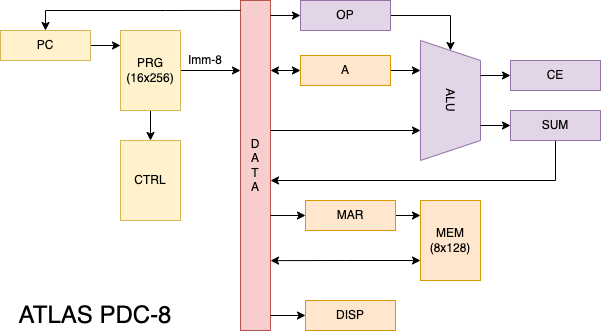
Before: files/images/pdc_arch.png, a diagram exported from draw.io (techno-sorcery/techno-sorcery.github.io). Source tidied: cells renumbered, new cells last; positions are measured from the earlier drawing's top-left corner, leaving out a move shared by most shapes.
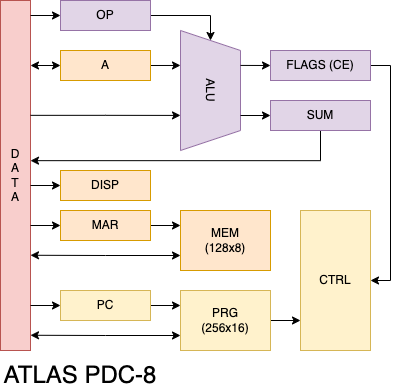
Above is the later version.

Diff of the diagram source:
```diff
@@ -2,112 +2,132 @@
   <root>
     <mxCell id="0" />
     <mxCell id="1" parent="0" />
-    <mxCell id="2" style="edgeStyle=orthogonalEdgeStyle;rounded=0;jettySize=auto;html=1;exitX=0.75;exitY=1;exitDx=0;exitDy=0;startArrow=classic;startFill=1;endArrow=none;endFill=0;" parent="1" edge="1" source="3">
-      <mxGeometry relative="1" as="geometry">
-        <mxPoint x="270" y="130" as="targetPoint" />
-      </mxGeometry>
-    </mxCell>
     <mxCell id="3" value="ALU" style="shape=trapezoid;perimeter=trapezoidPerimeter;whiteSpace=wrap;html=1;fixedSize=1;rotation=90;fillColor=#e1d5e7;strokeColor=#9673a6;" parent="1" vertex="1">
-      <mxGeometry x="390" y="70" width="120" height="60" as="geometry" />
+      <mxGeometry x="360" y="60" width="120" height="60" as="geometry" />
     </mxCell>
-    <mxCell id="4" style="edgeStyle=orthogonalEdgeStyle;rounded=0;jettySize=auto;html=1;exitX=1;exitY=0.5;exitDx=0;exitDy=0;entryX=0.25;entryY=1;entryDx=0;entryDy=0;" parent="1" edge="1" source="6" target="3">
-      <mxGeometry relative="1" as="geometry" />
-    </mxCell>
-    <mxCell id="5" style="edgeStyle=orthogonalEdgeStyle;rounded=0;jettySize=auto;html=1;exitX=0;exitY=0.5;exitDx=0;exitDy=0;entryX=1;entryY=0.25;entryDx=0;entryDy=0;startArrow=classic;startFill=1;endArrow=classic;endFill=1;" parent="1" edge="1" source="6">
-      <mxGeometry relative="1" as="geometry">
-        <mxPoint x="270" y="70" as="targetPoint" />
-      </mxGeometry>
-    </mxCell>
+    <mxCell id="10" value="D&lt;br&gt;A&lt;br&gt;T&lt;br&gt;A" style="rounded=0;whiteSpace=wrap;html=1;fillColor=#f8cecc;strokeColor=#b85450;" parent="1" vertex="1">
+      <mxGeometry x="210" width="30" height="350" as="geometry" />
+    </mxCell>
+    <mxCell id="14" style="edgeStyle=orthogonalEdgeStyle;rounded=0;jettySize=auto;html=1;entryX=0.291;entryY=0;entryDx=0;entryDy=0;entryPerimeter=0;startArrow=classic;startFill=1;endArrow=none;endFill=0;" parent="1" edge="1" target="3">
+      <mxGeometry relative="1" as="geometry">
+        <mxPoint x="480" y="65" as="sourcePoint" />
+        <Array as="points">
+          <mxPoint x="480" y="65" />
+        </Array>
+      </mxGeometry>
+    </mxCell>
+    <mxCell id="32" style="edgeStyle=orthogonalEdgeStyle;rounded=0;jettySize=auto;html=1;exitX=1;exitY=0.5;exitDx=0;exitDy=0;entryX=1;entryY=0.5;entryDx=0;entryDy=0;startArrow=none;startFill=0;endArrow=classic;endFill=1;" parent="1" edge="1" source="15" target="27">
+      <mxGeometry relative="1" as="geometry" />
+    </mxCell>
+    <mxCell id="15" value="FLAGS (CE)" style="rounded=0;whiteSpace=wrap;html=1;fillColor=#e1d5e7;strokeColor=#9673a6;" parent="1" vertex="1">
+      <mxGeometry x="480" y="50" width="100" height="30" as="geometry" />
+    </mxCell>
+    <mxCell id="30" value="&lt;font style=&quot;font-size: 24px&quot;&gt;ATLAS PDC-8&lt;/font&gt;" style="text;html=1;strokeColor=none;fillColor=none;align=center;verticalAlign=middle;whiteSpace=wrap;rounded=0;" parent="1" vertex="1">
+      <mxGeometry x="210" y="360" width="160" height="30" as="geometry" />
+    </mxCell>
+    <mxCell id="33" style="edgeStyle=orthogonalEdgeStyle;rounded=0;orthogonalLoop=1;jettySize=auto;html=1;exitX=1;exitY=0.261;exitDx=0;exitDy=0;entryX=0.791;entryY=1;entryDx=0;entryDy=0;entryPerimeter=0;startArrow=none;startFill=0;endArrow=classic;endFill=1;exitPerimeter=0;" parent="1" edge="1">
+      <mxGeometry relative="1" as="geometry">
+        <mxPoint x="240" y="114.8" as="sourcePoint" />
+        <mxPoint x="390" y="114.9" as="targetPoint" />
+        <Array as="points">
+          <mxPoint x="315" y="115" />
+          <mxPoint x="390" y="115" />
+        </Array>
+      </mxGeometry>
+    </mxCell>
+    <mxCell id="34" style="edgeStyle=orthogonalEdgeStyle;rounded=0;jettySize=auto;html=1;exitX=1;exitY=0.5;exitDx=0;exitDy=0;entryX=0.208;entryY=1;entryDx=0;entryDy=0;entryPerimeter=0;startArrow=none;startFill=0;endArrow=classic;endFill=1;" parent="1" edge="1" source="6">
+      <mxGeometry relative="1" as="geometry">
+        <mxPoint x="390" y="65" as="targetPoint" />
+      </mxGeometry>
+    </mxCell>
+    <mxCell id="35" style="edgeStyle=orthogonalEdgeStyle;rounded=0;jettySize=auto;html=1;exitX=0;exitY=0.5;exitDx=0;exitDy=0;entryX=1;entryY=0.227;entryDx=0;entryDy=0;entryPerimeter=0;startArrow=classic;startFill=1;endArrow=classic;endFill=1;" parent="1" edge="1" source="6">
+      <mxGeometry relative="1" as="geometry">
+        <mxPoint x="240" y="64.9" as="targetPoint" />
+      </mxGeometry>
+    </mxCell>
     <mxCell id="6" value="A" style="rounded=0;whiteSpace=wrap;html=1;fillColor=#ffe6cc;strokeColor=#d79b00;" parent="1" vertex="1">
-      <mxGeometry x="300" y="55" width="90" height="30" as="geometry" />
+      <mxGeometry x="270" y="50" width="90" height="30" as="geometry" />
     </mxCell>
+    <mxCell id="36" style="edgeStyle=orthogonalEdgeStyle;rounded=0;jettySize=auto;html=1;exitX=0;exitY=0.5;exitDx=0;exitDy=0;entryX=1;entryY=0.227;entryDx=0;entryDy=0;entryPerimeter=0;startArrow=classic;startFill=1;endArrow=none;endFill=0;" parent="1" edge="1" source="18">
+      <mxGeometry relative="1" as="geometry">
+        <mxPoint x="240" y="224.9" as="targetPoint" />
+      </mxGeometry>
+    </mxCell>
+    <mxCell id="37" style="edgeStyle=orthogonalEdgeStyle;rounded=0;jettySize=auto;html=1;exitX=1;exitY=0.5;exitDx=0;exitDy=0;entryX=0;entryY=0.25;entryDx=0;entryDy=0;startArrow=none;startFill=0;endArrow=classic;endFill=1;" parent="1" edge="1" source="18" target="42">
+      <mxGeometry relative="1" as="geometry" />
+    </mxCell>
+    <mxCell id="18" value="MAR" style="rounded=0;whiteSpace=wrap;html=1;fillColor=#ffe6cc;strokeColor=#d79b00;" parent="1" vertex="1">
+      <mxGeometry x="270" y="210" width="90" height="30" as="geometry" />
+    </mxCell>
+    <mxCell id="38" style="edgeStyle=orthogonalEdgeStyle;rounded=0;jettySize=auto;html=1;exitX=0;exitY=0.5;exitDx=0;exitDy=0;entryX=1;entryY=0.227;entryDx=0;entryDy=0;entryPerimeter=0;startArrow=classic;startFill=1;endArrow=none;endFill=0;" parent="1" edge="1" source="29">
+      <mxGeometry relative="1" as="geometry">
+        <mxPoint x="240" y="184.9" as="targetPoint" />
+      </mxGeometry>
+    </mxCell>
+    <mxCell id="29" value="DISP" style="rounded=0;whiteSpace=wrap;html=1;fillColor=#ffe6cc;strokeColor=#d79b00;" parent="1" vertex="1">
+      <mxGeometry x="270" y="170" width="90" height="30" as="geometry" />
+    </mxCell>
+    <mxCell id="39" style="edgeStyle=orthogonalEdgeStyle;rounded=0;jettySize=auto;html=1;exitX=0;exitY=0.5;exitDx=0;exitDy=0;entryX=1;entryY=0.227;entryDx=0;entryDy=0;entryPerimeter=0;startArrow=classic;startFill=1;endArrow=none;endFill=0;" parent="1" edge="1" source="13">
+      <mxGeometry relative="1" as="geometry">
+        <mxPoint x="240" y="14.9" as="targetPoint" />
+      </mxGeometry>
+    </mxCell>
+    <mxCell id="11" style="edgeStyle=orthogonalEdgeStyle;rounded=0;jettySize=auto;html=1;exitX=1;exitY=0.5;exitDx=0;exitDy=0;entryX=0;entryY=0.5;entryDx=0;entryDy=0;" parent="1" edge="1" source="13" target="3">
+      <mxGeometry relative="1" as="geometry">
+        <Array as="points">
+          <mxPoint x="420" y="15" />
+        </Array>
+      </mxGeometry>
+    </mxCell>
+    <mxCell id="13" value="OP" style="rounded=0;whiteSpace=wrap;html=1;fillColor=#e1d5e7;strokeColor=#9673a6;" parent="1" vertex="1">
+      <mxGeometry x="270" width="90" height="30" as="geometry" />
+    </mxCell>
-    <mxCell id="7" style="edgeStyle=orthogonalEdgeStyle;rounded=0;jettySize=auto;html=1;exitX=0;exitY=0.5;exitDx=0;exitDy=0;entryX=0.709;entryY=0;entryDx=0;entryDy=0;entryPerimeter=0;startArrow=classic;startFill=1;endArrow=none;endFill=0;" parent="1" edge="1" source="9" target="3">
+    <mxCell id="7" style="edgeStyle=orthogonalEdgeStyle;rounded=0;jettySize=auto;html=1;exitX=0;exitY=0.5;exitDx=0;exitDy=0;entryX=0.706;entryY=0;entryDx=0;entryDy=0;entryPerimeter=0;endArrow=none;endFill=0;startArrow=classic;startFill=1;" parent="1" edge="1" source="9" target="3">
       <mxGeometry relative="1" as="geometry" />
     </mxCell>
-    <mxCell id="8" style="edgeStyle=orthogonalEdgeStyle;rounded=0;jettySize=auto;html=1;exitX=0.5;exitY=1;exitDx=0;exitDy=0;startArrow=none;startFill=0;endArrow=classic;endFill=1;" parent="1" edge="1" source="9">
-      <mxGeometry relative="1" as="geometry">
-        <mxPoint x="270" y="180" as="targetPoint" />
-        <Array as="points">
-          <mxPoint x="555" y="180" />
-        </Array>
-      </mxGeometry>
-    </mxCell>
+    <mxCell id="40" style="edgeStyle=orthogonalEdgeStyle;rounded=0;jettySize=auto;html=1;exitX=0.5;exitY=1;exitDx=0;exitDy=0;entryX=1;entryY=0.364;entryDx=0;entryDy=0;entryPerimeter=0;startArrow=none;startFill=0;endArrow=classic;endFill=1;" parent="1" edge="1" source="9">
+      <mxGeometry relative="1" as="geometry">
+        <mxPoint x="240" y="160.2" as="targetPoint" />
+        <Array as="points">
+          <mxPoint x="530" y="160" />
+        </Array>
+      </mxGeometry>
+    </mxCell>
     <mxCell id="9" value="SUM" style="rounded=0;whiteSpace=wrap;html=1;fillColor=#e1d5e7;strokeColor=#9673a6;" parent="1" vertex="1">
-      <mxGeometry x="510" y="110" width="90" height="30" as="geometry" />
+      <mxGeometry x="480" y="100" width="100" height="30" as="geometry" />
     </mxCell>
-    <mxCell id="10" value="D&lt;br&gt;A&lt;br&gt;T&lt;br&gt;A" style="rounded=0;whiteSpace=wrap;html=1;fillColor=#f8cecc;strokeColor=#b85450;" parent="1" vertex="1">
-      <mxGeometry x="240" width="30" height="330" as="geometry" />
-    </mxCell>
-    <mxCell id="11" style="edgeStyle=orthogonalEdgeStyle;rounded=0;jettySize=auto;html=1;exitX=1;exitY=0.5;exitDx=0;exitDy=0;startArrow=none;startFill=0;endArrow=classic;endFill=1;" parent="1" edge="1" source="13" target="3">
-      <mxGeometry relative="1" as="geometry" />
-    </mxCell>
-    <mxCell id="12" style="edgeStyle=orthogonalEdgeStyle;rounded=0;jettySize=auto;html=1;exitX=0;exitY=0.5;exitDx=0;exitDy=0;entryX=1;entryY=0.054;entryDx=0;entryDy=0;entryPerimeter=0;startArrow=classic;startFill=1;endArrow=none;endFill=0;" parent="1" edge="1" source="13">
-      <mxGeometry relative="1" as="geometry">
-        <mxPoint x="270" y="15.1" as="targetPoint" />
-      </mxGeometry>
-    </mxCell>
-    <mxCell id="13" value="OP" style="rounded=0;whiteSpace=wrap;html=1;fillColor=#e1d5e7;strokeColor=#9673a6;" parent="1" vertex="1">
-      <mxGeometry x="300" width="90" height="30" as="geometry" />
-    </mxCell>
-    <mxCell id="14" style="edgeStyle=orthogonalEdgeStyle;rounded=0;jettySize=auto;html=1;exitX=0;exitY=0.5;exitDx=0;exitDy=0;entryX=0.291;entryY=0;entryDx=0;entryDy=0;entryPerimeter=0;startArrow=classic;startFill=1;endArrow=none;endFill=0;" parent="1" edge="1" source="15" target="3">
-      <mxGeometry relative="1" as="geometry" />
-    </mxCell>
-    <mxCell id="15" value="CE" style="rounded=0;whiteSpace=wrap;html=1;fillColor=#e1d5e7;strokeColor=#9673a6;" parent="1" vertex="1">
-      <mxGeometry x="510" y="60" width="90" height="30" as="geometry" />
-    </mxCell>
-    <mxCell id="16" style="edgeStyle=orthogonalEdgeStyle;rounded=0;jettySize=auto;html=1;exitX=1;exitY=0.5;exitDx=0;exitDy=0;entryX=0;entryY=0.186;entryDx=0;entryDy=0;entryPerimeter=0;startArrow=none;startFill=0;endArrow=classic;endFill=1;" parent="1" edge="1" source="18" target="20">
-      <mxGeometry relative="1" as="geometry" />
-    </mxCell>
-    <mxCell id="17" style="edgeStyle=orthogonalEdgeStyle;rounded=0;jettySize=auto;html=1;exitX=0;exitY=0.5;exitDx=0;exitDy=0;entryX=1;entryY=0.767;entryDx=0;entryDy=0;entryPerimeter=0;startArrow=classic;startFill=1;endArrow=none;endFill=0;" parent="1" edge="1" source="18">
-      <mxGeometry relative="1" as="geometry">
-        <mxPoint x="270" y="214.8" as="targetPoint" />
-      </mxGeometry>
-    </mxCell>
-    <mxCell id="18" value="MAR" style="rounded=0;whiteSpace=wrap;html=1;fillColor=#ffe6cc;strokeColor=#d79b00;" parent="1" vertex="1">
-      <mxGeometry x="305" y="200" width="90" height="30" as="geometry" />
-    </mxCell>
-    <mxCell id="19" style="edgeStyle=orthogonalEdgeStyle;rounded=0;jettySize=auto;html=1;exitX=0;exitY=0.75;exitDx=0;exitDy=0;entryX=1;entryY=0.929;entryDx=0;entryDy=0;entryPerimeter=0;startArrow=classic;startFill=1;endArrow=classic;endFill=1;" parent="1" edge="1" source="20">
-      <mxGeometry relative="1" as="geometry">
-        <mxPoint x="270" y="260.1" as="targetPoint" />
-      </mxGeometry>
-    </mxCell>
-    <mxCell id="20" value="MEM&lt;br&gt;(8x128)" style="rounded=0;whiteSpace=wrap;html=1;fillColor=#ffe6cc;strokeColor=#d79b00;" parent="1" vertex="1">
-      <mxGeometry x="420" y="200" width="60" height="80" as="geometry" />
-    </mxCell>
-    <mxCell id="21" style="edgeStyle=orthogonalEdgeStyle;rounded=0;jettySize=auto;html=1;exitX=1;exitY=0.5;exitDx=0;exitDy=0;entryX=0;entryY=0.25;entryDx=0;entryDy=0;startArrow=none;startFill=0;endArrow=classic;endFill=1;" parent="1" edge="1" source="23">
-      <mxGeometry relative="1" as="geometry">
-        <mxPoint x="240" y="70" as="targetPoint" />
-      </mxGeometry>
-    </mxCell>
-    <mxCell id="22" style="edgeStyle=orthogonalEdgeStyle;rounded=0;jettySize=auto;html=1;exitX=0.5;exitY=1;exitDx=0;exitDy=0;entryX=0.5;entryY=0;entryDx=0;entryDy=0;startArrow=none;startFill=0;endArrow=classic;endFill=1;" parent="1" edge="1" source="23" target="27">
-      <mxGeometry relative="1" as="geometry" />
-    </mxCell>
-    <mxCell id="23" value="PRG&lt;br&gt;(16x256)" style="rounded=0;whiteSpace=wrap;html=1;fillColor=#fff2cc;strokeColor=#d6b656;" parent="1" vertex="1">
-      <mxGeometry x="120" y="30" width="60" height="80" as="geometry" />
-    </mxCell>
-    <mxCell id="24" style="edgeStyle=orthogonalEdgeStyle;rounded=0;jettySize=auto;html=1;exitX=1;exitY=0.5;exitDx=0;exitDy=0;entryX=0;entryY=0.186;entryDx=0;entryDy=0;entryPerimeter=0;startArrow=none;startFill=0;endArrow=classic;endFill=1;" parent="1" edge="1" source="26" target="23">
-      <mxGeometry relative="1" as="geometry" />
-    </mxCell>
-    <mxCell id="25" style="edgeStyle=orthogonalEdgeStyle;rounded=0;jettySize=auto;html=1;exitX=0.5;exitY=0;exitDx=0;exitDy=0;entryX=0;entryY=0.03;entryDx=0;entryDy=0;entryPerimeter=0;startArrow=classic;startFill=1;endArrow=none;endFill=0;" parent="1" edge="1" source="26" target="10">
-      <mxGeometry relative="1" as="geometry" />
-    </mxCell>
+    <mxCell id="41" style="edgeStyle=orthogonalEdgeStyle;rounded=0;jettySize=auto;html=1;exitX=0;exitY=0.75;exitDx=0;exitDy=0;entryX=1;entryY=0.579;entryDx=0;entryDy=0;entryPerimeter=0;startArrow=classic;startFill=1;endArrow=classic;endFill=1;" parent="1" edge="1" source="42">
+      <mxGeometry relative="1" as="geometry">
+        <mxPoint x="240" y="254.8" as="targetPoint" />
+      </mxGeometry>
+    </mxCell>
+    <mxCell id="42" value="MEM&lt;br&gt;(128x8)" style="rounded=0;whiteSpace=wrap;html=1;fillColor=#ffe6cc;strokeColor=#d79b00;" parent="1" vertex="1">
+      <mxGeometry x="390" y="210" width="90" height="60" as="geometry" />
+    </mxCell>
+    <mxCell id="43" style="edgeStyle=orthogonalEdgeStyle;rounded=0;jettySize=auto;html=1;exitX=0;exitY=0.5;exitDx=0;exitDy=0;entryX=1;entryY=0.227;entryDx=0;entryDy=0;entryPerimeter=0;startArrow=classic;startFill=1;endArrow=none;endFill=0;" parent="1" edge="1" source="26">
+      <mxGeometry relative="1" as="geometry">
+        <mxPoint x="240" y="304.9" as="targetPoint" />
+      </mxGeometry>
+    </mxCell>
+    <mxCell id="44" style="edgeStyle=orthogonalEdgeStyle;rounded=0;jettySize=auto;html=1;exitX=1;exitY=0.5;exitDx=0;exitDy=0;entryX=0;entryY=0.25;entryDx=0;entryDy=0;startArrow=none;startFill=0;endArrow=classic;endFill=1;" parent="1" edge="1" source="26" target="47">
+      <mxGeometry relative="1" as="geometry" />
+    </mxCell>
     <mxCell id="26" value="PC" style="rounded=0;whiteSpace=wrap;html=1;fillColor=#fff2cc;strokeColor=#d6b656;" parent="1" vertex="1">
-      <mxGeometry y="30" width="90" height="30" as="geometry" />
+      <mxGeometry x="270" y="290" width="90" height="30" as="geometry" />
     </mxCell>
+    <mxCell id="45" style="edgeStyle=orthogonalEdgeStyle;rounded=0;jettySize=auto;html=1;exitX=0;exitY=0.75;exitDx=0;exitDy=0;entryX=1;entryY=0.579;entryDx=0;entryDy=0;entryPerimeter=0;startArrow=classic;startFill=1;endArrow=classic;endFill=1;" parent="1" edge="1" source="47">
+      <mxGeometry relative="1" as="geometry">
+        <mxPoint x="240" y="334.8" as="targetPoint" />
+      </mxGeometry>
+    </mxCell>
+    <mxCell id="46" style="edgeStyle=orthogonalEdgeStyle;rounded=0;jettySize=auto;html=1;exitX=1;exitY=0.5;exitDx=0;exitDy=0;entryX=0;entryY=0.787;entryDx=0;entryDy=0;entryPerimeter=0;startArrow=none;startFill=0;endArrow=classic;endFill=1;" parent="1" edge="1" source="47" target="27">
+      <mxGeometry relative="1" as="geometry" />
+    </mxCell>
+    <mxCell id="47" value="PRG&lt;br&gt;(256x16)" style="rounded=0;whiteSpace=wrap;html=1;fillColor=#fff2cc;strokeColor=#d6b656;" parent="1" vertex="1">
+      <mxGeometry x="390" y="290" width="90" height="60" as="geometry" />
+    </mxCell>
     <mxCell id="27" value="CTRL" style="rounded=0;whiteSpace=wrap;html=1;fillColor=#fff2cc;strokeColor=#d6b656;" parent="1" vertex="1">
-      <mxGeometry x="120" y="140" width="60" height="80" as="geometry" />
+      <mxGeometry x="510" y="210" width="70" height="140" as="geometry" />
     </mxCell>
-    <mxCell id="28" style="edgeStyle=orthogonalEdgeStyle;rounded=0;jettySize=auto;html=1;exitX=0;exitY=0.5;exitDx=0;exitDy=0;entryX=1;entryY=0.955;entryDx=0;entryDy=0;entryPerimeter=0;startArrow=classic;startFill=1;endArrow=none;endFill=0;" parent="1" edge="1" source="29" target="10">
-      <mxGeometry relative="1" as="geometry" />
-    </mxCell>
-    <mxCell id="29" value="DISP" style="rounded=0;whiteSpace=wrap;html=1;fillColor=#ffe6cc;strokeColor=#d79b00;" parent="1" vertex="1">
-      <mxGeometry x="305" y="300" width="90" height="30" as="geometry" />
-    </mxCell>
-    <mxCell id="30" value="&lt;font style=&quot;font-size: 24px&quot;&gt;ATLAS PDC&lt;font style=&quot;font-size: 24px&quot;&gt;-&lt;/font&gt;8&lt;/font&gt;" style="text;html=1;strokeColor=none;fillColor=none;align=center;verticalAlign=middle;whiteSpace=wrap;rounded=0;" parent="1" vertex="1">
-      <mxGeometry y="300" width="190" height="30" as="geometry" />
-    </mxCell>
-    <mxCell id="31" value="Imm-8" style="text;html=1;strokeColor=none;fillColor=none;align=center;verticalAlign=middle;whiteSpace=wrap;rounded=0;fontSize=12;" parent="1" vertex="1">
-      <mxGeometry x="180" y="55" width="50" height="10" as="geometry" />
-    </mxCell>
   </root>
 </mxGraphModel>
```
